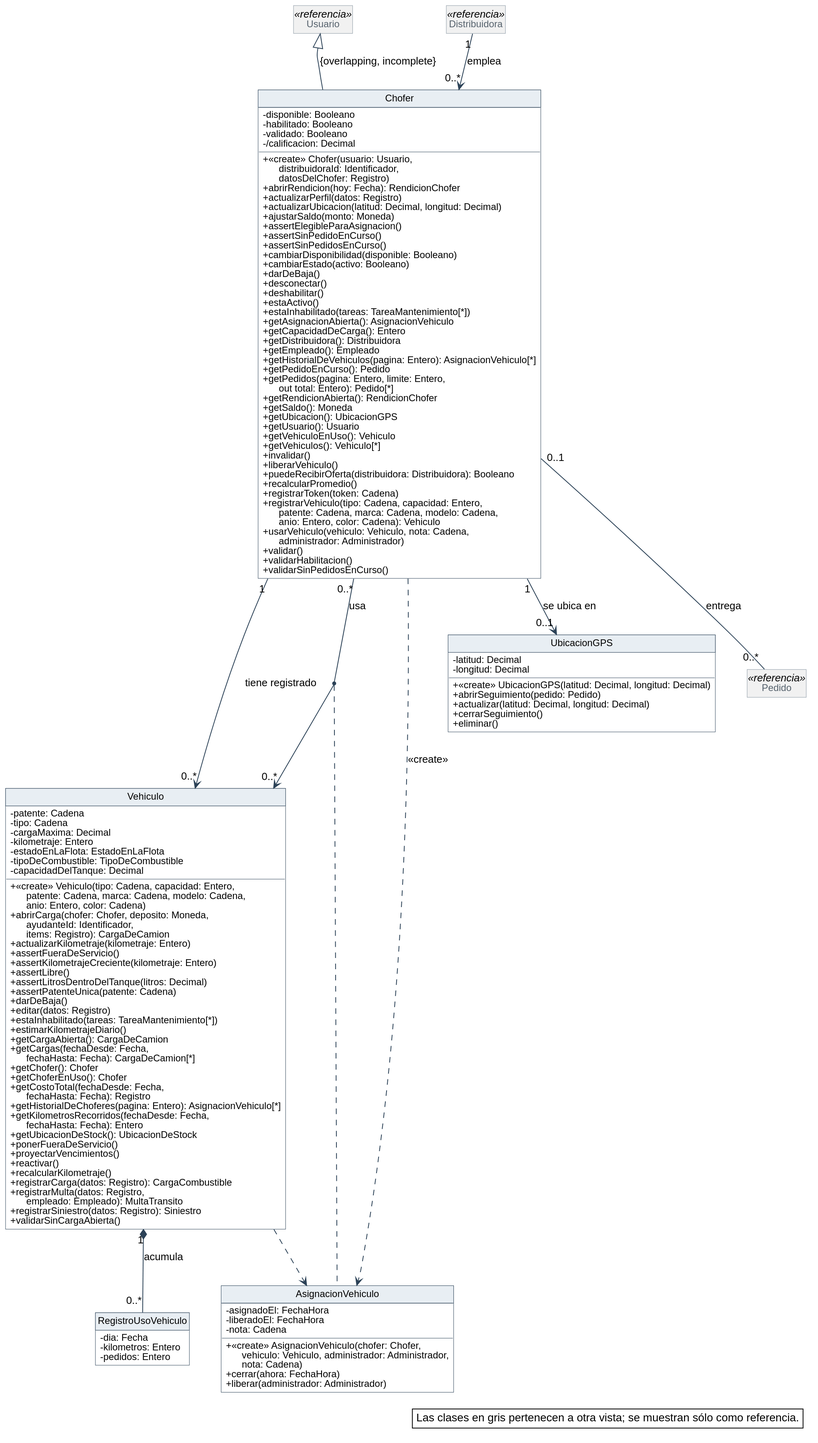
Nahuelito-Dev/splg-docs keeps this PlantUML diagram as diagramas/clases-diseno/DC_Choferes-y-vehiculos.svg. Above is the earlier version. Source of this version:
```plantuml
@startuml
skinparam backgroundColor #FFFFFF
skinparam shadowing false
skinparam defaultFontName Helvetica
skinparam defaultFontSize 13
skinparam dpi 150
skinparam nodesep 40
skinparam ranksep 55
skinparam classAttributeIconSize 0
skinparam roundCorner 0
skinparam genericDisplay old
skinparam class {
  BorderColor #2C4257
  BackgroundColor #FFFFFF
  ArrowColor #2C4257
  FontSize 14
  AttributeFontSize 12
  HeaderBackgroundColor #E8EEF3
}
skinparam class<<referencia>> {
  BackgroundColor #F1F1F1
  BorderColor #8A97A3
  FontColor #55616C
}
skinparam class<<fachada>> {
  HeaderBackgroundColor #D6E4F0
}
skinparam class<<controlador>> {
  HeaderBackgroundColor #D6E4F0
}
skinparam class<<fabricación pura>> {
  HeaderBackgroundColor #F3E9CF
}
skinparam class<<colección>> {
  HeaderBackgroundColor #E6E6E6
}
skinparam class<<adaptador>> {
  HeaderBackgroundColor #DCEBDD
}
skinparam interface {
  BorderColor #2C4257
  BackgroundColor #FFFFFF
  HeaderBackgroundColor #DCEBDD
  FontSize 14
  AttributeFontSize 12
}
skinparam note {
  BackgroundColor #FFFFFF
  BorderColor #2C4257
}
skinparam packageStyle rectangle
skinparam package {
  BorderColor #8A97A3
  FontSize 13
  FontColor #55616C
}
hide circle
hide empty members

class Chofer {
  - disponible: Booleano
  - habilitado: Booleano
  - validado: Booleano
  - /calificacion: Decimal
  + «create» Chofer(usuario: Usuario,\n      distribuidoraId: Identificador,\n      datosDelChofer: Registro)
  + abrirRendicion(hoy: Fecha): RendicionChofer
  + actualizarPerfil(datos: Registro)
  + actualizarUbicacion(latitud: Decimal, longitud: Decimal)
  + ajustarSaldo(monto: Moneda)
  + assertElegibleParaAsignacion()
  + assertSinPedidoEnCurso()
  + assertSinPedidosEnCurso()
  + cambiarDisponibilidad(disponible: Booleano)
  + cambiarEstado(activo: Booleano)
  + darDeBaja()
  + desconectar()
  + deshabilitar()
  + estaActivo()
  + estaInhabilitado(tareas: TareaMantenimiento[*])
  + getAsignacionAbierta(): AsignacionVehiculo
  + getCapacidadDeCarga(): Entero
  + getDistribuidora(): Distribuidora
  + getEmpleado(): Empleado
  + getHistorialDeVehiculos(pagina: Entero): AsignacionVehiculo[*]
  + getPedidoEnCurso(): Pedido
  + getPedidos(pagina: Entero, limite: Entero,\n      out total: Entero): Pedido[*]
  + getRendicionAbierta(): RendicionChofer
  + getSaldo(): Moneda
  + getUbicacion(): UbicacionGPS
  + getUsuario(): Usuario
  + getVehiculoEnUso(): Vehiculo
  + getVehiculos(): Vehiculo[*]
  + invalidar()
  + liberarVehiculo()
  + puedeRecibirOferta(distribuidora: Distribuidora): Booleano
  + recalcularPromedio()
  + registrarToken(token: Cadena)
  + registrarVehiculo(tipo: Cadena, capacidad: Entero,\n      patente: Cadena, marca: Cadena, modelo: Cadena,\n      anio: Entero, color: Cadena): Vehiculo
  + usarVehiculo(vehiculo: Vehiculo, nota: Cadena,\n      administrador: Administrador)
  + validar()
  + validarHabilitacion()
  + validarSinPedidosEnCurso()
}
class Vehiculo {
  - patente: Cadena
  - tipo: Cadena
  - cargaMaxima: Decimal
  - kilometraje: Entero
  - estadoEnLaFlota: EstadoEnLaFlota
  - tipoDeCombustible: TipoDeCombustible
  - capacidadDelTanque: Decimal
  + «create» Vehiculo(tipo: Cadena, capacidad: Entero,\n      patente: Cadena, marca: Cadena, modelo: Cadena,\n      anio: Entero, color: Cadena)
  + abrirCarga(chofer: Chofer, deposito: Moneda,\n      ayudanteId: Identificador,\n      items: Registro): CargaDeCamion
  + actualizarKilometraje(kilometraje: Entero)
  + assertFueraDeServicio()
  + assertKilometrajeCreciente(kilometraje: Entero)
  + assertLibre()
  + assertLitrosDentroDelTanque(litros: Decimal)
  + assertPatenteUnica(patente: Cadena)
  + darDeBaja()
  + editar(datos: Registro)
  + estaInhabilitado(tareas: TareaMantenimiento[*])
  + estimarKilometrajeDiario()
  + getCargaAbierta(): CargaDeCamion
  + getCargas(fechaDesde: Fecha,\n      fechaHasta: Fecha): CargaDeCamion[*]
  + getChofer(): Chofer
  + getChoferEnUso(): Chofer
  + getCostoTotal(fechaDesde: Fecha,\n      fechaHasta: Fecha): Registro
  + getHistorialDeChoferes(pagina: Entero): AsignacionVehiculo[*]
  + getKilometrosRecorridos(fechaDesde: Fecha,\n      fechaHasta: Fecha): Entero
  + getUbicacionDeStock(): UbicacionDeStock
  + ponerFueraDeServicio()
  + proyectarVencimientos()
  + reactivar()
  + recalcularKilometraje()
  + registrarCarga(datos: Registro): CargaCombustible
  + registrarMulta(datos: Registro,\n      empleado: Empleado): MultaTransito
  + registrarSiniestro(datos: Registro): Siniestro
  + validarSinCargaAbierta()
}
class AsignacionVehiculo {
  - asignadoEl: FechaHora
  - liberadoEl: FechaHora
  - nota: Cadena
  + «create» AsignacionVehiculo(chofer: Chofer,\n      vehiculo: Vehiculo, administrador: Administrador,\n      nota: Cadena)
  + cerrar(ahora: FechaHora)
  + liberar(administrador: Administrador)
}
class UbicacionGPS {
  - latitud: Decimal
  - longitud: Decimal
  + «create» UbicacionGPS(latitud: Decimal, longitud: Decimal)
  + abrirSeguimiento(pedido: Pedido)
  + actualizar(latitud: Decimal, longitud: Decimal)
  + cerrarSeguimiento()
  + eliminar()
}
class RegistroUsoVehiculo {
  - dia: Fecha
  - kilometros: Entero
  - pedidos: Entero
}
class Usuario <<referencia>>
class Distribuidora <<referencia>>
class Pedido <<referencia>>

Usuario <|-- Chofer : {overlapping, incomplete}
Distribuidora "1" --> "0..*" Chofer : emplea
Chofer "0..1" -- "0..*" Pedido : entrega
Chofer "1" --> "0..*" Vehiculo : tiene registrado
Chofer "0..*" --> "0..*" Vehiculo : usa
Chofer "1" --> "0..1" UbicacionGPS : se ubica en
Vehiculo "1" *-- "0..*" RegistroUsoVehiculo : acumula
Chofer ..> AsignacionVehiculo : <<create>>
Vehiculo ..> AsignacionVehiculo
(Chofer, Vehiculo) .. AsignacionVehiculo

legend bottom right
  Las clases en gris pertenecen a otra vista; se muestran sólo como referencia.
endlegend
@enduml
```
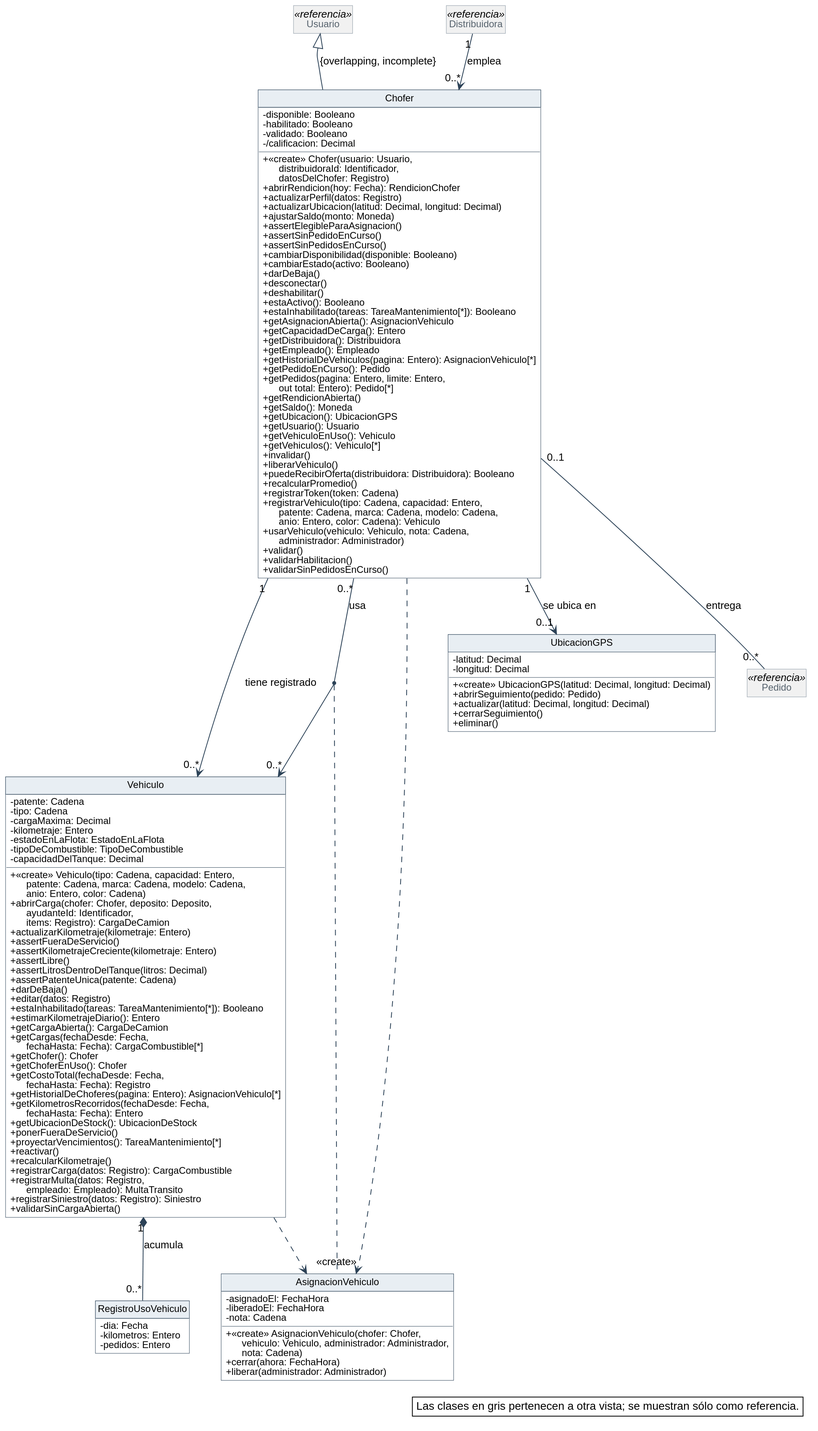
Above is the later version.

Diff of the diagram source:
```diff
@@ -75,8 +75,8 @@
   + darDeBaja()
   + desconectar()
   + deshabilitar()
-  + estaActivo()
-  + estaInhabilitado(tareas: TareaMantenimiento[*])
+  + estaActivo(): Booleano
+  + estaInhabilitado(tareas: TareaMantenimiento[*]): Booleano
   + getAsignacionAbierta(): AsignacionVehiculo
   + getCapacidadDeCarga(): Entero
   + getDistribuidora(): Distribuidora
@@ -84,7 +84,7 @@
   + getHistorialDeVehiculos(pagina: Entero): AsignacionVehiculo[*]
   + getPedidoEnCurso(): Pedido
   + getPedidos(pagina: Entero, limite: Entero,\n      out total: Entero): Pedido[*]
-  + getRendicionAbierta(): RendicionChofer
+  + getRendicionAbierta()
   + getSaldo(): Moneda
   + getUbicacion(): UbicacionGPS
   + getUsuario(): Usuario
@@ -110,7 +110,7 @@
   - tipoDeCombustible: TipoDeCombustible
   - capacidadDelTanque: Decimal
   + «create» Vehiculo(tipo: Cadena, capacidad: Entero,\n      patente: Cadena, marca: Cadena, modelo: Cadena,\n      anio: Entero, color: Cadena)
-  + abrirCarga(chofer: Chofer, deposito: Moneda,\n      ayudanteId: Identificador,\n      items: Registro): CargaDeCamion
+  + abrirCarga(chofer: Chofer, deposito: Deposito,\n      ayudanteId: Identificador,\n      items: Registro): CargaDeCamion
   + actualizarKilometraje(kilometraje: Entero)
   + assertFueraDeServicio()
   + assertKilometrajeCreciente(kilometraje: Entero)
@@ -119,10 +119,10 @@
   + assertPatenteUnica(patente: Cadena)
   + darDeBaja()
   + editar(datos: Registro)
-  + estaInhabilitado(tareas: TareaMantenimiento[*])
-  + estimarKilometrajeDiario()
+  + estaInhabilitado(tareas: TareaMantenimiento[*]): Booleano
+  + estimarKilometrajeDiario(): Entero
   + getCargaAbierta(): CargaDeCamion
-  + getCargas(fechaDesde: Fecha,\n      fechaHasta: Fecha): CargaDeCamion[*]
+  + getCargas(fechaDesde: Fecha,\n      fechaHasta: Fecha): CargaCombustible[*]
   + getChofer(): Chofer
   + getChoferEnUso(): Chofer
   + getCostoTotal(fechaDesde: Fecha,\n      fechaHasta: Fecha): Registro
@@ -130,7 +130,7 @@
   + getKilometrosRecorridos(fechaDesde: Fecha,\n      fechaHasta: Fecha): Entero
   + getUbicacionDeStock(): UbicacionDeStock
   + ponerFueraDeServicio()
-  + proyectarVencimientos()
+  + proyectarVencimientos(): TareaMantenimiento[*]
   + reactivar()
   + recalcularKilometraje()
   + registrarCarga(datos: Registro): CargaCombustible
@@ -171,7 +171,7 @@
 Chofer "0..*" --> "0..*" Vehiculo : usa
 Chofer "1" --> "0..1" UbicacionGPS : se ubica en
 Vehiculo "1" *-- "0..*" RegistroUsoVehiculo : acumula
-Chofer ..> AsignacionVehiculo : <<create>>
+Chofer ..> "<<create>>" AsignacionVehiculo
 Vehiculo ..> AsignacionVehiculo
 (Chofer, Vehiculo) .. AsignacionVehiculo
 
```
